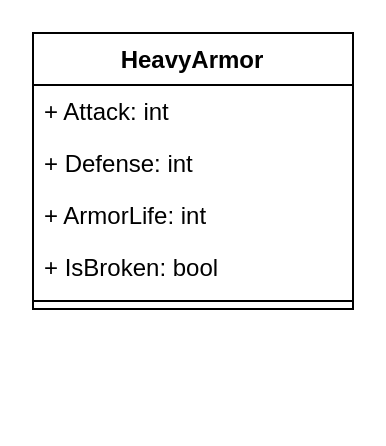
This is Assets/UML-diagrams/HeavyArmor.drawio from ProgramacionII-Equipo3/PII_RoleplayGame_1_Start, a draw.io file, before an edit. Source tidied: cells renumbered, new cells numbered last; positions are measured from the earlier drawing's top-left corner, leaving out a move shared by most shapes. Both pictures are drawn from the tidied source at 200%, with x=0, y=0 at pixel (32, 32).
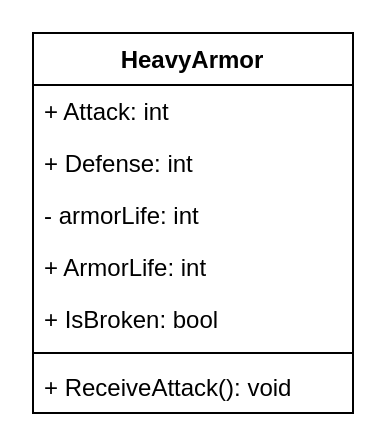
The same diagram, later.

What changed in the source:
```diff
@@
 <mxGraphModel>
   <root>
     <mxCell id="0" />
     <mxCell id="1" parent="0" />
     <mxCell id="2" value="HeavyArmor" style="swimlane;fontStyle=1;align=center;verticalAlign=top;horizontal=1;startSize=26;" parent="1" vertex="1">
-      <mxGeometry width="160" height="138" as="geometry" />
+      <mxGeometry width="160" height="190" as="geometry" />
     </mxCell>
     <mxCell id="3" value="+ Attack: int" style="text;strokeColor=none;fillColor=none;align=left;verticalAlign=top;spacingLeft=4;spacingRight=4;overflow=hidden;" parent="2" vertex="1">
       <mxGeometry y="26" width="160" height="26" as="geometry" />
     </mxCell>
     <mxCell id="4" value="+ Defense: int" style="text;strokeColor=none;fillColor=none;align=left;verticalAlign=top;spacingLeft=4;spacingRight=4;overflow=hidden;" parent="2" vertex="1">
       <mxGeometry y="52" width="160" height="26" as="geometry" />
     </mxCell>
-    <mxCell id="5" value="+ ArmorLife: int" style="text;strokeColor=none;fillColor=none;align=left;verticalAlign=top;spacingLeft=4;spacingRight=4;overflow=hidden;" parent="2" vertex="1">
+    <mxCell id="5" value="- armorLife: int" style="text;strokeColor=none;fillColor=none;align=left;verticalAlign=top;spacingLeft=4;spacingRight=4;overflow=hidden;" parent="2" vertex="1">
       <mxGeometry y="78" width="160" height="26" as="geometry" />
     </mxCell>
+    <mxCell id="8" value="+ ArmorLife: int" style="text;strokeColor=none;fillColor=none;align=left;verticalAlign=top;spacingLeft=4;spacingRight=4;overflow=hidden;" parent="2" vertex="1">
+      <mxGeometry y="104" width="160" height="26" as="geometry" />
+    </mxCell>
     <mxCell id="6" value="+ IsBroken: bool" style="text;strokeColor=none;fillColor=none;align=left;verticalAlign=top;spacingLeft=4;spacingRight=4;overflow=hidden;" parent="2" vertex="1">
-      <mxGeometry y="104" width="160" height="26" as="geometry" />
+      <mxGeometry y="130" width="160" height="26" as="geometry" />
     </mxCell>
     <mxCell id="7" style="line;strokeWidth=1;fillColor=none;align=left;verticalAlign=middle;spacingTop=-1;spacingLeft=3;spacingRight=3;labelPosition=right;" parent="2" vertex="1">
-      <mxGeometry y="130" width="160" height="8" as="geometry" />
+      <mxGeometry y="156" width="160" height="8" as="geometry" />
     </mxCell>
+    <mxCell id="9" value="+ ReceiveAttack(): void" style="text;strokeColor=none;fillColor=none;align=left;verticalAlign=top;spacingLeft=4;spacingRight=4;overflow=hidden;" parent="2" vertex="1">
+      <mxGeometry y="164" width="160" height="26" as="geometry" />
+    </mxCell>
   </root>
 </mxGraphModel>
```
